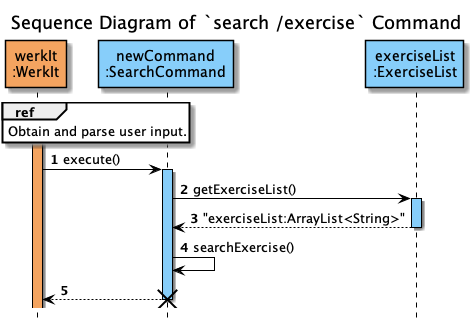
This is docs/uml/sequenceDiagrams/search/images/searchExercise.png from nus-cs2113-AY2122S2/tp, a PlantUML export, as it was before one commit. Its diagram source:
```plantuml
@startuml
!include ../../Style.puml
hide footbox
autonumber

title Sequence Diagram of `search /exercise` Command

participant "werkIt\n:WerkIt" AS WerkIt #Sandybrown

ref over WerkIt
Obtain and parse user input.
end


participant "newCommand\n:SearchCommand" AS newCommand  #LightSkyBlue
participant "exerciseList\n:ExerciseList" AS ExerciseList   #LightSkyBlue

activate WerkIt #Sandybrown


WerkIt -> newCommand : execute()
activate newCommand #LightSkyBlue
newCommand -> ExerciseList : getExerciseList()
activate ExerciseList   #LightSkyBlue

newCommand <-- ExerciseList : "exerciseList:ArrayList<String>"
deactivate ExerciseList

newCommand -> newCommand : searchExercise()
newCommand --> WerkIt
deactivate newCommand

destroy newCommand
@enduml
```
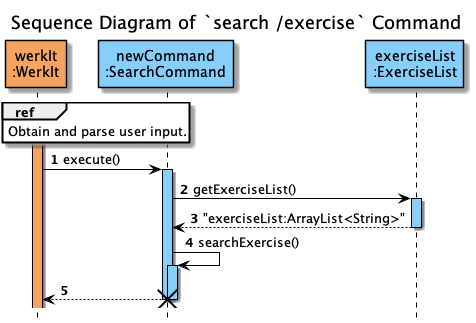
After the commit.

The edit, as a diff of the source:
```diff
@@ -27,6 +27,7 @@
 deactivate ExerciseList
 
 newCommand -> newCommand : searchExercise()
+activate newCommand #LightSkyBlue
 newCommand --> WerkIt
 deactivate newCommand
 
```
